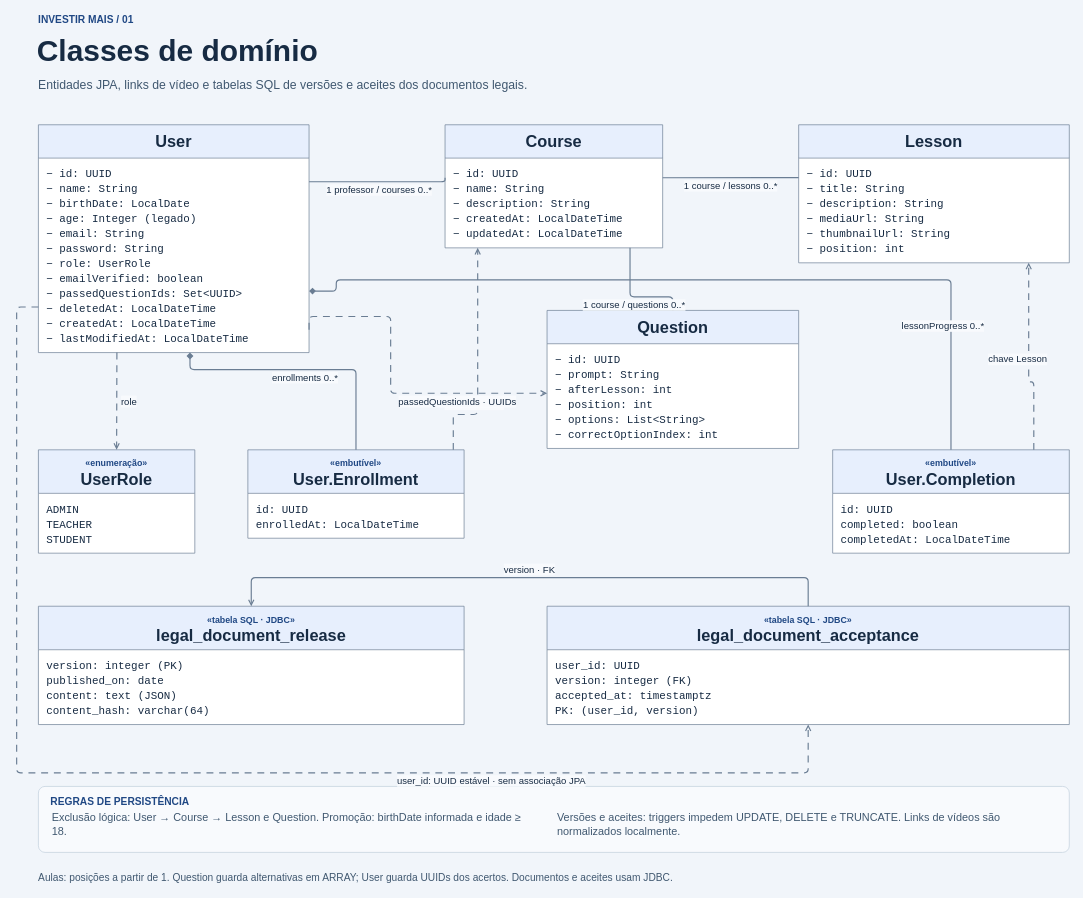
The draw.io diagram page "01 · Classes de domínio" (1 of 5) of docs/diagramas/investir-mais.drawio in GabrielYYM/INVESTIR-MAIS, before the edit. Source tidied: cells renumbered, new cells numbered last; positions are measured from the earlier drawing's top-left corner, leaving out a move shared by most shapes. Both pictures are drawn from the tidied source at 68%, with x=0, y=0 at pixel (16, 12).
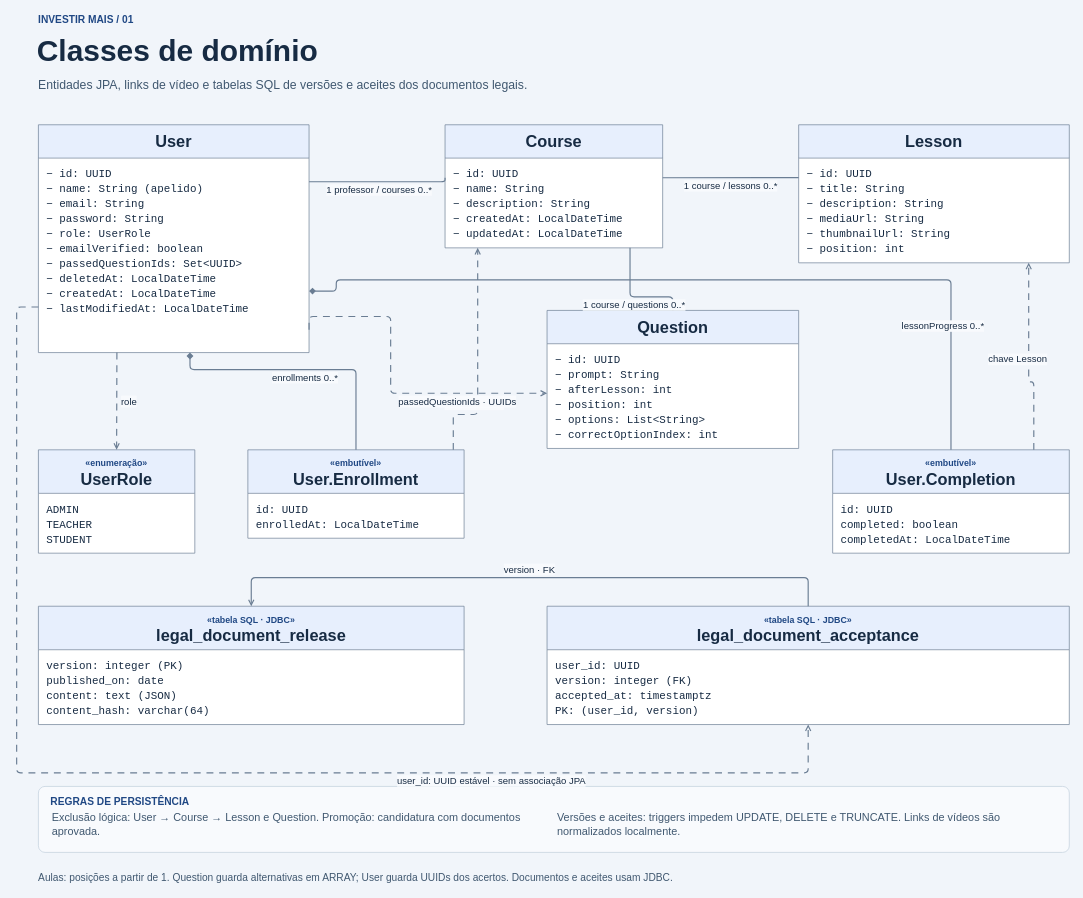
The same diagram, later.

Unchanged cells that the change refers to:
```xml
<mxCell id="6" value="&lt;b style=&quot;font-size:24px&quot;&gt;User&lt;/b&gt;" style="html=1;whiteSpace=wrap;swimlane;startSize=49;horizontal=1;rounded=0;fillColor=#E7EFFD;swimlaneFillColor=#FFFFFF;strokeColor=#6A7D93;fontColor=#172B43;fontSize=20;align=center;verticalAlign=middle;" parent="1" vertex="1">
  <mxGeometry x="32" y="166" width="398" height="335" as="geometry" />
</mxCell>
```

The edit, as a diff of the source:
```diff
@@
-    <mxCell id="7" value="&lt;div style=&quot;line-height:22px&quot;&gt;− id: UUID&lt;br&gt;− name: String&lt;br&gt;− birthDate: LocalDate&lt;br&gt;− age: Integer (legado)&lt;br&gt;− email: String&lt;br&gt;− password: String&lt;br&gt;− role: UserRole&lt;br&gt;− emailVerified: boolean&lt;br&gt;− passedQuestionIds: Set&amp;lt;UUID&amp;gt;&lt;br&gt;− deletedAt: LocalDateTime&lt;br&gt;− createdAt: LocalDateTime&lt;br&gt;− lastModifiedAt: LocalDateTime&lt;/div&gt;" style="html=1;whiteSpace=wrap;text;strokeColor=none;fillColor=none;align=left;verticalAlign=top;fontFamily=Consolas;fontSize=16;fontColor=#172B43;spacing=0;" parent="6" vertex="1">
+    <mxCell id="7" value="&lt;div style=&quot;line-height:22px&quot;&gt;− id: UUID&lt;br&gt;− name: String (apelido)&lt;br&gt;− email: String&lt;br&gt;− password: String&lt;br&gt;− role: UserRole&lt;br&gt;− emailVerified: boolean&lt;br&gt;− passedQuestionIds: Set&amp;lt;UUID&amp;gt;&lt;br&gt;− deletedAt: LocalDateTime&lt;br&gt;− createdAt: LocalDateTime&lt;br&gt;− lastModifiedAt: LocalDateTime&lt;/div&gt;" style="html=1;whiteSpace=wrap;text;strokeColor=none;fillColor=none;align=left;verticalAlign=top;fontFamily=Consolas;fontSize=16;fontColor=#172B43;spacing=0;" parent="6" vertex="1">
       <mxGeometry x="12" y="58" width="374" height="269" as="geometry" />
     </mxCell>
@@
-    <mxCell id="31" value="Exclusão lógica: User → Course → Lesson e Question. Promoção: birthDate informada e idade ≥ 18." style="html=1;whiteSpace=wrap;text;strokeColor=none;fillColor=none;fontSize=16;fontColor=#405870;fontStyle=0;align=left;verticalAlign=middle;spacing=0;" parent="1" vertex="1">
+    <mxCell id="31" value="Exclusão lógica: User → Course → Lesson e Question. Promoção: candidatura com documentos aprovada." style="html=1;whiteSpace=wrap;text;strokeColor=none;fillColor=none;fontSize=16;fontColor=#405870;fontStyle=0;align=left;verticalAlign=middle;spacing=0;" parent="1" vertex="1">
       <mxGeometry x="52" y="1175" width="710" height="40" as="geometry" />
     </mxCell>
```
